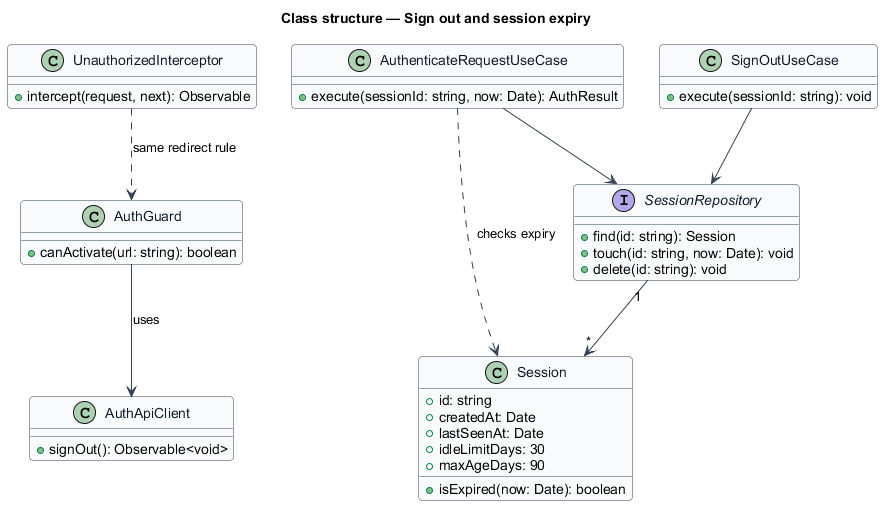
Before: docs/detailed-designs/access/sign-out-and-session/diagrams/class-structure.png, a diagram exported from PlantUML (QuinntyneBrown/cullr).
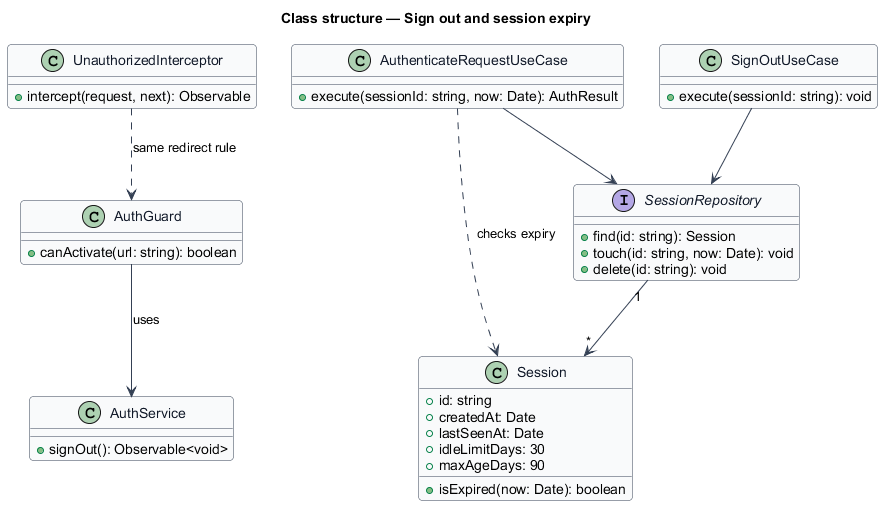
After the change.

What changed in the source:
```diff
@@ -17,7 +17,7 @@
 class UnauthorizedInterceptor {
   +intercept(request, next): Observable
 }
-class AuthApiClient {
+class AuthService {
   +signOut(): Observable<void>
 }
 class AuthenticateRequestUseCase {
@@ -40,7 +40,7 @@
   +delete(id: string): void
 }
 
-AuthGuard --> AuthApiClient : uses
+AuthGuard --> AuthService : uses
 UnauthorizedInterceptor ..> AuthGuard : same redirect rule
 AuthenticateRequestUseCase --> SessionRepository
 AuthenticateRequestUseCase ..> Session : checks expiry
```
